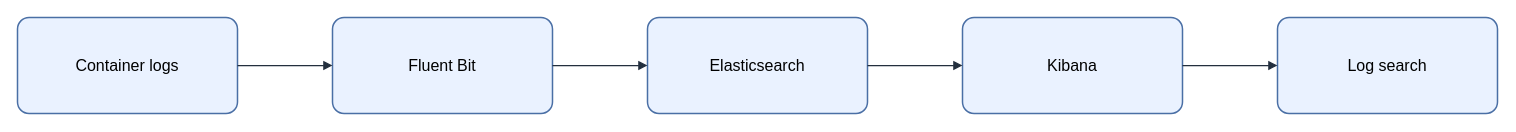
This is assets/img/observability/fluent-bit-log-pipeline.drawio from KKamJi98/kkamji98.github.io, a draw.io file, before an edit. Source tidied: cells renumbered, new cells numbered last; positions are measured from the earlier drawing's top-left corner, leaving out a move shared by most shapes. Both pictures are drawn from the tidied source at 100%, with x=0, y=0 at pixel (17, 17).
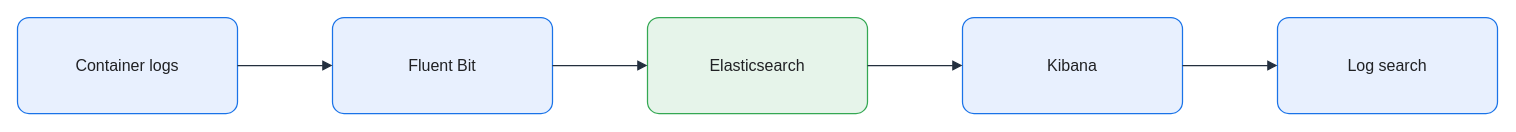
After the change.

What changed in the source:
```diff
@@
 <mxGraphModel background="#FFFFFF">
   <root>
     <mxCell id="0" />
     <mxCell id="1" parent="0" />
-    <mxCell id="2" value="Container logs" style="rounded=1;arcSize=12;whiteSpace=wrap;html=0;fillColor=#EAF2FF;strokeColor=#4A6FA5;strokeWidth=1.5;fontColor=#000000;fontSize=16;align=center;verticalAlign=middle;spacing=8;shadow=0;" parent="1" vertex="1">
+    <mxCell id="2" value="Container logs" style="rounded=1;arcSize=12;whiteSpace=wrap;html=0;fillColor=#E8F0FE;strokeColor=#1A73E8;strokeWidth=1.25;fontColor=#202124;fontSize=16;align=center;verticalAlign=middle;spacing=8;shadow=0;" parent="1" vertex="1">
       <mxGeometry width="220" height="96" as="geometry" />
     </mxCell>
-    <mxCell id="3" value="Fluent Bit" style="rounded=1;arcSize=12;whiteSpace=wrap;html=0;fillColor=#EAF2FF;strokeColor=#4A6FA5;strokeWidth=1.5;fontColor=#000000;fontSize=16;align=center;verticalAlign=middle;spacing=8;shadow=0;" parent="1" vertex="1">
+    <mxCell id="3" value="Fluent Bit" style="rounded=1;arcSize=12;whiteSpace=wrap;html=0;fillColor=#E8F0FE;strokeColor=#1A73E8;strokeWidth=1.25;fontColor=#202124;fontSize=16;align=center;verticalAlign=middle;spacing=8;shadow=0;" parent="1" vertex="1">
       <mxGeometry x="315" width="220" height="96" as="geometry" />
     </mxCell>
-    <mxCell id="4" value="Elasticsearch" style="rounded=1;arcSize=12;whiteSpace=wrap;html=0;fillColor=#EAF2FF;strokeColor=#4A6FA5;strokeWidth=1.5;fontColor=#000000;fontSize=16;align=center;verticalAlign=middle;spacing=8;shadow=0;" parent="1" vertex="1">
+    <mxCell id="4" value="Elasticsearch" style="rounded=1;arcSize=12;whiteSpace=wrap;html=0;fillColor=#E6F4EA;strokeColor=#34A853;strokeWidth=1.25;fontColor=#202124;fontSize=16;align=center;verticalAlign=middle;spacing=8;shadow=0;" parent="1" vertex="1">
       <mxGeometry x="630" width="220" height="96" as="geometry" />
     </mxCell>
-    <mxCell id="5" value="Kibana" style="rounded=1;arcSize=12;whiteSpace=wrap;html=0;fillColor=#EAF2FF;strokeColor=#4A6FA5;strokeWidth=1.5;fontColor=#000000;fontSize=16;align=center;verticalAlign=middle;spacing=8;shadow=0;" parent="1" vertex="1">
+    <mxCell id="5" value="Kibana" style="rounded=1;arcSize=12;whiteSpace=wrap;html=0;fillColor=#E8F0FE;strokeColor=#1A73E8;strokeWidth=1.25;fontColor=#202124;fontSize=16;align=center;verticalAlign=middle;spacing=8;shadow=0;" parent="1" vertex="1">
       <mxGeometry x="945" width="220" height="96" as="geometry" />
     </mxCell>
-    <mxCell id="6" value="Log search" style="rounded=1;arcSize=12;whiteSpace=wrap;html=0;fillColor=#EAF2FF;strokeColor=#4A6FA5;strokeWidth=1.5;fontColor=#000000;fontSize=16;align=center;verticalAlign=middle;spacing=8;shadow=0;" parent="1" vertex="1">
+    <mxCell id="6" value="Log search" style="rounded=1;arcSize=12;whiteSpace=wrap;html=0;fillColor=#E8F0FE;strokeColor=#1A73E8;strokeWidth=1.25;fontColor=#202124;fontSize=16;align=center;verticalAlign=middle;spacing=8;shadow=0;" parent="1" vertex="1">
       <mxGeometry x="1260" width="220" height="96" as="geometry" />
     </mxCell>
-    <mxCell id="7" style="edgeStyle=orthogonalEdgeStyle;rounded=0;jettySize=auto;html=0;endArrow=block;endFill=1;strokeColor=#232F3E;strokeWidth=1.25;fontColor=#000000;labelBackgroundColor=none;exitX=1;exitY=0.5;exitDx=0;exitDy=0;entryX=0;entryY=0.5;entryDx=0;entryDy=0;" parent="1" edge="1" source="2" target="3">
+    <mxCell id="7" style="edgeStyle=orthogonalEdgeStyle;rounded=0;jettySize=auto;html=0;endArrow=block;endFill=1;strokeColor=#232F3E;strokeWidth=1.25;fontColor=#202124;labelBackgroundColor=none;exitX=1;exitY=0.5;exitDx=0;exitDy=0;entryX=0;entryY=0.5;entryDx=0;entryDy=0;endSize=7;" parent="1" edge="1" source="2" target="3">
       <mxGeometry relative="1" as="geometry" />
     </mxCell>
-    <mxCell id="8" style="edgeStyle=orthogonalEdgeStyle;rounded=0;jettySize=auto;html=0;endArrow=block;endFill=1;strokeColor=#232F3E;strokeWidth=1.25;fontColor=#000000;labelBackgroundColor=none;exitX=1;exitY=0.5;exitDx=0;exitDy=0;entryX=0;entryY=0.5;entryDx=0;entryDy=0;" parent="1" edge="1" source="3" target="4">
+    <mxCell id="8" style="edgeStyle=orthogonalEdgeStyle;rounded=0;jettySize=auto;html=0;endArrow=block;endFill=1;strokeColor=#232F3E;strokeWidth=1.25;fontColor=#202124;labelBackgroundColor=none;exitX=1;exitY=0.5;exitDx=0;exitDy=0;entryX=0;entryY=0.5;entryDx=0;entryDy=0;endSize=7;" parent="1" edge="1" source="3" target="4">
       <mxGeometry relative="1" as="geometry" />
     </mxCell>
-    <mxCell id="9" style="edgeStyle=orthogonalEdgeStyle;rounded=0;jettySize=auto;html=0;endArrow=block;endFill=1;strokeColor=#232F3E;strokeWidth=1.25;fontColor=#000000;labelBackgroundColor=none;exitX=1;exitY=0.5;exitDx=0;exitDy=0;entryX=0;entryY=0.5;entryDx=0;entryDy=0;" parent="1" edge="1" source="4" target="5">
+    <mxCell id="9" style="edgeStyle=orthogonalEdgeStyle;rounded=0;jettySize=auto;html=0;endArrow=block;endFill=1;strokeColor=#232F3E;strokeWidth=1.25;fontColor=#202124;labelBackgroundColor=none;exitX=1;exitY=0.5;exitDx=0;exitDy=0;entryX=0;entryY=0.5;entryDx=0;entryDy=0;endSize=7;" parent="1" edge="1" source="4" target="5">
       <mxGeometry relative="1" as="geometry" />
     </mxCell>
-    <mxCell id="10" style="edgeStyle=orthogonalEdgeStyle;rounded=0;jettySize=auto;html=0;endArrow=block;endFill=1;strokeColor=#232F3E;strokeWidth=1.25;fontColor=#000000;labelBackgroundColor=none;exitX=1;exitY=0.5;exitDx=0;exitDy=0;entryX=0;entryY=0.5;entryDx=0;entryDy=0;" parent="1" edge="1" source="5" target="6">
+    <mxCell id="10" style="edgeStyle=orthogonalEdgeStyle;rounded=0;jettySize=auto;html=0;endArrow=block;endFill=1;strokeColor=#232F3E;strokeWidth=1.25;fontColor=#202124;labelBackgroundColor=none;exitX=1;exitY=0.5;exitDx=0;exitDy=0;entryX=0;entryY=0.5;entryDx=0;entryDy=0;endSize=7;" parent="1" edge="1" source="5" target="6">
       <mxGeometry relative="1" as="geometry" />
     </mxCell>
   </root>
 </mxGraphModel>
```
